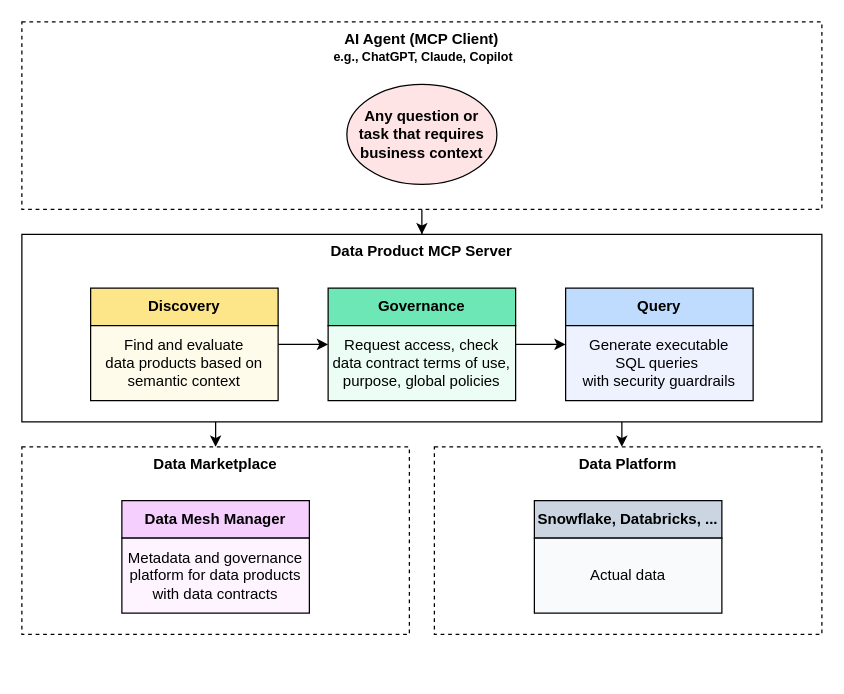
entropy-data/dataproduct-mcp keeps this draw.io diagram as docs/architecture.drawio. Above is the earlier version. Source tidied: cells renumbered, new cells numbered last; positions are measured from the earlier drawing's top-left corner, leaving out a move shared by most shapes. Both pictures are drawn from the tidied source at 125%, with x=0, y=0 at pixel (21, 21). Pictures stored in the file or linked from it are replaced by grey dashed boxes.
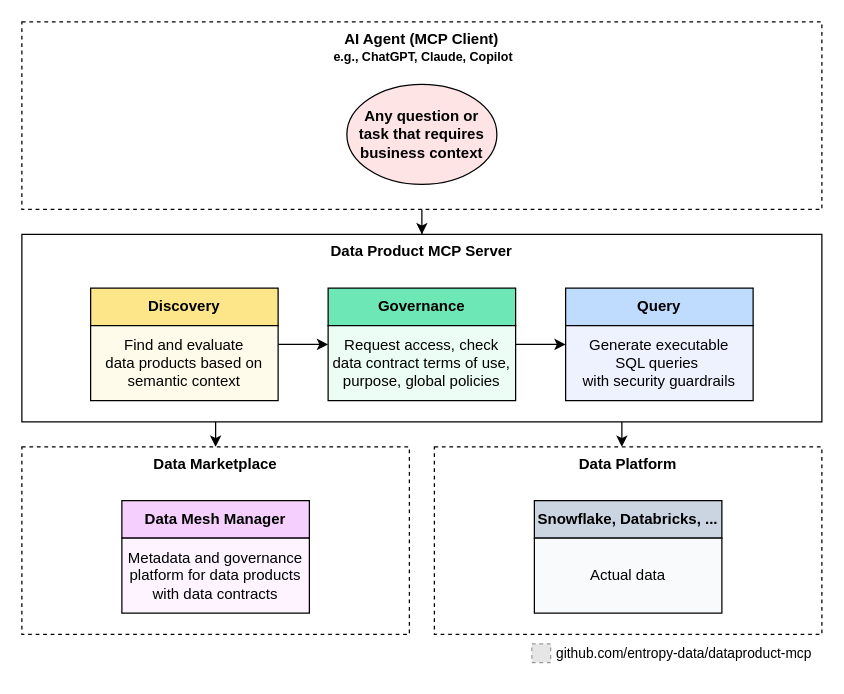
The same diagram, later.

Diff of the diagram source:
```diff
@@
+    <mxCell id="22" value="github.com/entropy-data/dataproduct-mcp" style="text;html=1;align=center;verticalAlign=middle;whiteSpace=wrap;rounded=0;fontSize=11;" parent="1" vertex="1">
+      <mxGeometry x="420" y="490" width="220" height="30" as="geometry" />
+    </mxCell>
+    <mxCell id="23" style="fillColor=#E6E6E6;strokeColor=#999999;dashed=1;verticalLabelPosition=bottom;labelBackgroundColor=default;verticalAlign=top;" parent="1" vertex="1">
+      <mxGeometry x="408" y="497.5" width="15" height="15" as="geometry" />
+    </mxCell>
```
